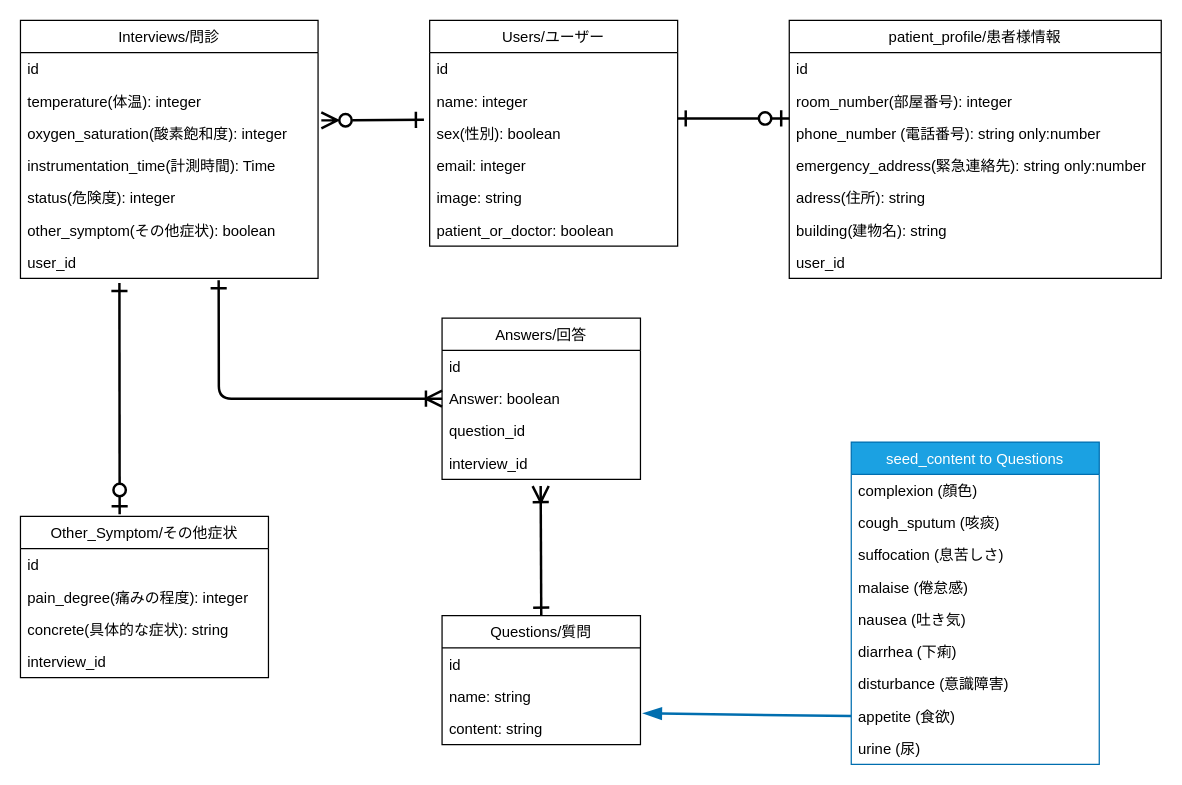
Above: README参考資料/er図.drawio in wakametarou/COVID-MGR (draw.io), before the change. Source tidied: cells renumbered, new cells numbered last; positions are measured from the earlier drawing's top-left corner, leaving out a move shared by most shapes. Both pictures are drawn from the tidied source at 124%, with x=0, y=0 at pixel (20, 20).
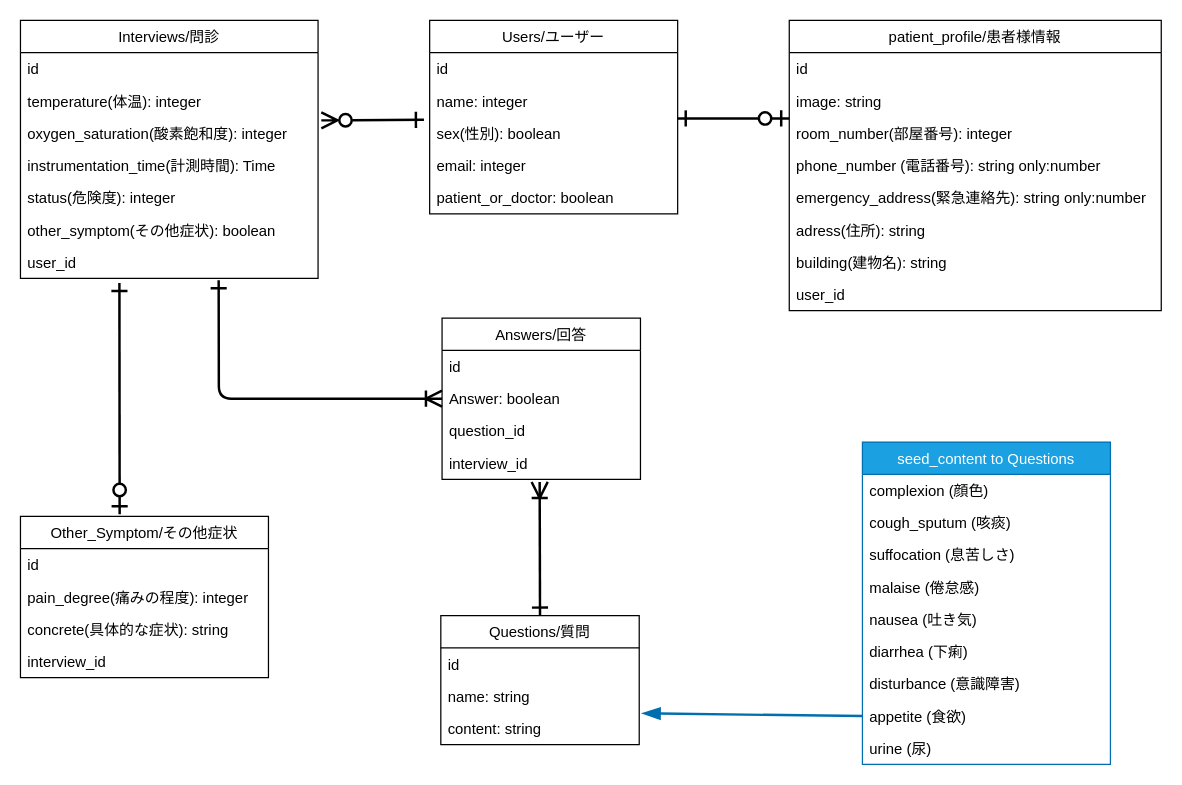
Above is the later version.

The change refers to these unchanged cells:
```xml
<mxCell id="30" value="interview_id" style="text;strokeColor=none;fillColor=none;align=left;verticalAlign=top;spacingLeft=4;spacingRight=4;overflow=hidden;points=[[0,0.5],[1,0.5]];portConstraint=eastwest;" parent="26" vertex="1">
  <mxGeometry y="104" width="160" height="26" as="geometry" />
</mxCell>
```

Diff of the diagram source:
```diff
@@
     <mxCell id="11" value="Users/ユーザー" style="swimlane;fontStyle=0;horizontal=1;startSize=26;" parent="1" vertex="1">
-      <mxGeometry x="330" width="200" height="182" as="geometry" />
+      <mxGeometry x="330" width="200" height="156" as="geometry" />
     </mxCell>
@@
-    <mxCell id="16" value="image: string" style="text;strokeColor=none;fillColor=none;align=left;verticalAlign=top;spacingLeft=4;spacingRight=4;overflow=hidden;" parent="11" vertex="1">
-      <mxGeometry y="130" width="200" height="26" as="geometry" />
-    </mxCell>
     <mxCell id="17" value="patient_or_doctor: boolean" style="text;strokeColor=none;fillColor=none;align=left;verticalAlign=top;spacingLeft=4;spacingRight=4;overflow=hidden;" parent="11" vertex="1">
-      <mxGeometry y="156" width="200" height="26" as="geometry" />
+      <mxGeometry y="130" width="200" height="26" as="geometry" />
     </mxCell>
     <mxCell id="18" value="patient_profile/患者様情報" style="swimlane;fontStyle=0;horizontal=1;startSize=26;" parent="1" vertex="1">
-      <mxGeometry x="620" width="300" height="208" as="geometry" />
+      <mxGeometry x="620" width="300" height="234" as="geometry" />
     </mxCell>
@@
+    <mxCell id="16" value="image: string" style="text;strokeColor=none;fillColor=none;align=left;verticalAlign=top;spacingLeft=4;spacingRight=4;overflow=hidden;" parent="18" vertex="1">
+      <mxGeometry y="52" width="300" height="26" as="geometry" />
+    </mxCell>
     <mxCell id="20" value="room_number(部屋番号): integer" style="text;strokeColor=none;fillColor=none;align=left;verticalAlign=top;spacingLeft=4;spacingRight=4;overflow=hidden;" parent="18" vertex="1">
-      <mxGeometry y="52" width="300" height="26" as="geometry" />
+      <mxGeometry y="78" width="300" height="26" as="geometry" />
     </mxCell>
     <mxCell id="21" value="phone_number (電話番号): string only:number" style="text;strokeColor=none;fillColor=none;align=left;verticalAlign=top;spacingLeft=4;spacingRight=4;overflow=hidden;fontSize=12;" parent="18" vertex="1">
-      <mxGeometry y="78" width="300" height="26" as="geometry" />
+      <mxGeometry y="104" width="300" height="26" as="geometry" />
     </mxCell>
     <mxCell id="22" value="emergency_address(緊急連絡先): string only:number" style="text;strokeColor=none;fillColor=none;align=left;verticalAlign=top;spacingLeft=4;spacingRight=4;overflow=hidden;" parent="18" vertex="1">
-      <mxGeometry y="104" width="300" height="26" as="geometry" />
+      <mxGeometry y="130" width="300" height="26" as="geometry" />
     </mxCell>
     <mxCell id="23" value="adress(住所): string" style="text;strokeColor=none;fillColor=none;align=left;verticalAlign=top;spacingLeft=4;spacingRight=4;overflow=hidden;" parent="18" vertex="1">
-      <mxGeometry y="130" width="300" height="26" as="geometry" />
+      <mxGeometry y="156" width="300" height="26" as="geometry" />
     </mxCell>
     <mxCell id="24" value="building(建物名): string" style="text;strokeColor=none;fillColor=none;align=left;verticalAlign=top;spacingLeft=4;spacingRight=4;overflow=hidden;" parent="18" vertex="1">
-      <mxGeometry y="156" width="300" height="26" as="geometry" />
+      <mxGeometry y="182" width="300" height="26" as="geometry" />
     </mxCell>
     <mxCell id="25" value="user_id" style="text;strokeColor=none;fillColor=none;align=left;verticalAlign=top;spacingLeft=4;spacingRight=4;overflow=hidden;" parent="18" vertex="1">
-      <mxGeometry y="182" width="300" height="26" as="geometry" />
+      <mxGeometry y="208" width="300" height="26" as="geometry" />
     </mxCell>
@@
-    <mxCell id="38" style="edgeStyle=none;html=1;exitX=0.5;exitY=0;exitDx=0;exitDy=0;endArrow=ERoneToMany;endFill=0;strokeWidth=2;startArrow=ERone;startFill=0;endSize=10;startSize=10;entryX=0.497;entryY=1.21;entryDx=0;entryDy=0;entryPerimeter=0;" parent="1" edge="1" source="39" target="30">
+    <mxCell id="38" style="edgeStyle=none;html=1;exitX=0.5;exitY=0;exitDx=0;exitDy=0;endArrow=ERoneToMany;endFill=0;strokeWidth=2;startArrow=ERone;startFill=0;endSize=10;startSize=10;entryX=0.492;entryY=1.083;entryDx=0;entryDy=0;entryPerimeter=0;" parent="1" edge="1" source="39" target="30">
       <mxGeometry relative="1" as="geometry" />
     </mxCell>
     <mxCell id="39" value="Questions/質問" style="swimlane;fontStyle=0;horizontal=1;startSize=26;" parent="1" vertex="1">
-      <mxGeometry x="340" y="480" width="160" height="104" as="geometry" />
+      <mxGeometry x="339" y="480" width="160" height="104" as="geometry" />
     </mxCell>
@@
     <mxCell id="45" value="seed_content to Questions" style="swimlane;fontStyle=0;horizontal=1;startSize=26;fillColor=#1ba1e2;fontColor=#ffffff;strokeColor=#006EAF;" parent="1" vertex="1">
-      <mxGeometry x="670" y="340" width="200" height="260" as="geometry" />
+      <mxGeometry x="679" y="340" width="200" height="260" as="geometry" />
     </mxCell>
```
